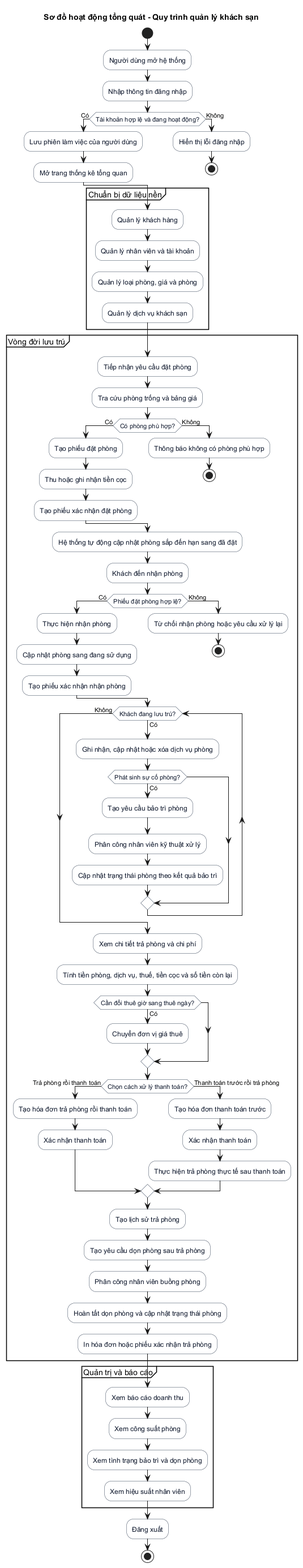
hieud3663/UHotel keeps this PlantUML diagram as docs/uml/images/activity/Activity_TongQuan_QuyTrinhKhachSan.png. Above is the earlier version.
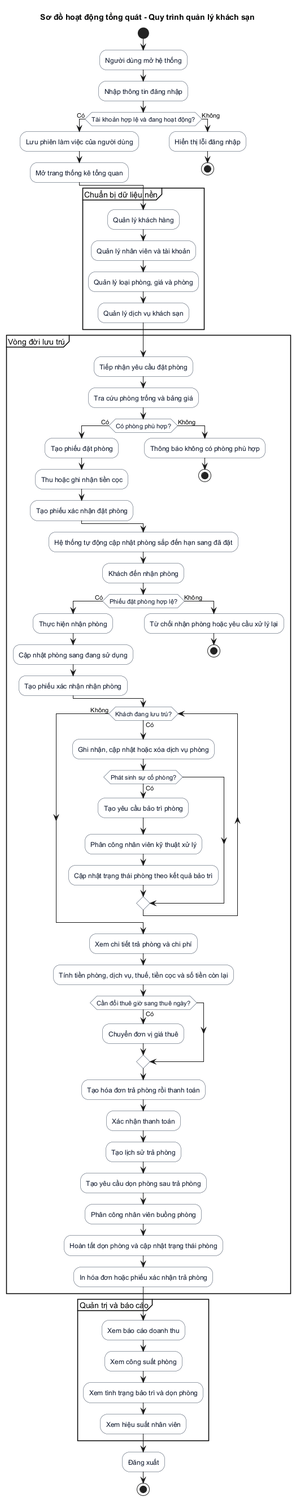
The same file after the commit.

The edit, as a diff of the source:
```diff
@@ -64,14 +64,8 @@
     :Chuyển đơn vị giá thuê;
   endif
 
-  if (Chọn cách xử lý thanh toán?) then (Trả phòng rồi thanh toán)
-    :Tạo hóa đơn trả phòng rồi thanh toán;
-    :Xác nhận thanh toán;
-  else (Thanh toán trước rồi trả phòng)
-    :Tạo hóa đơn thanh toán trước;
-    :Xác nhận thanh toán;
-    :Thực hiện trả phòng thực tế sau thanh toán;
-  endif
+  :Tạo hóa đơn trả phòng rồi thanh toán;
+  :Xác nhận thanh toán;
 
   :Tạo lịch sử trả phòng;
   :Tạo yêu cầu dọn phòng sau trả phòng;
```
